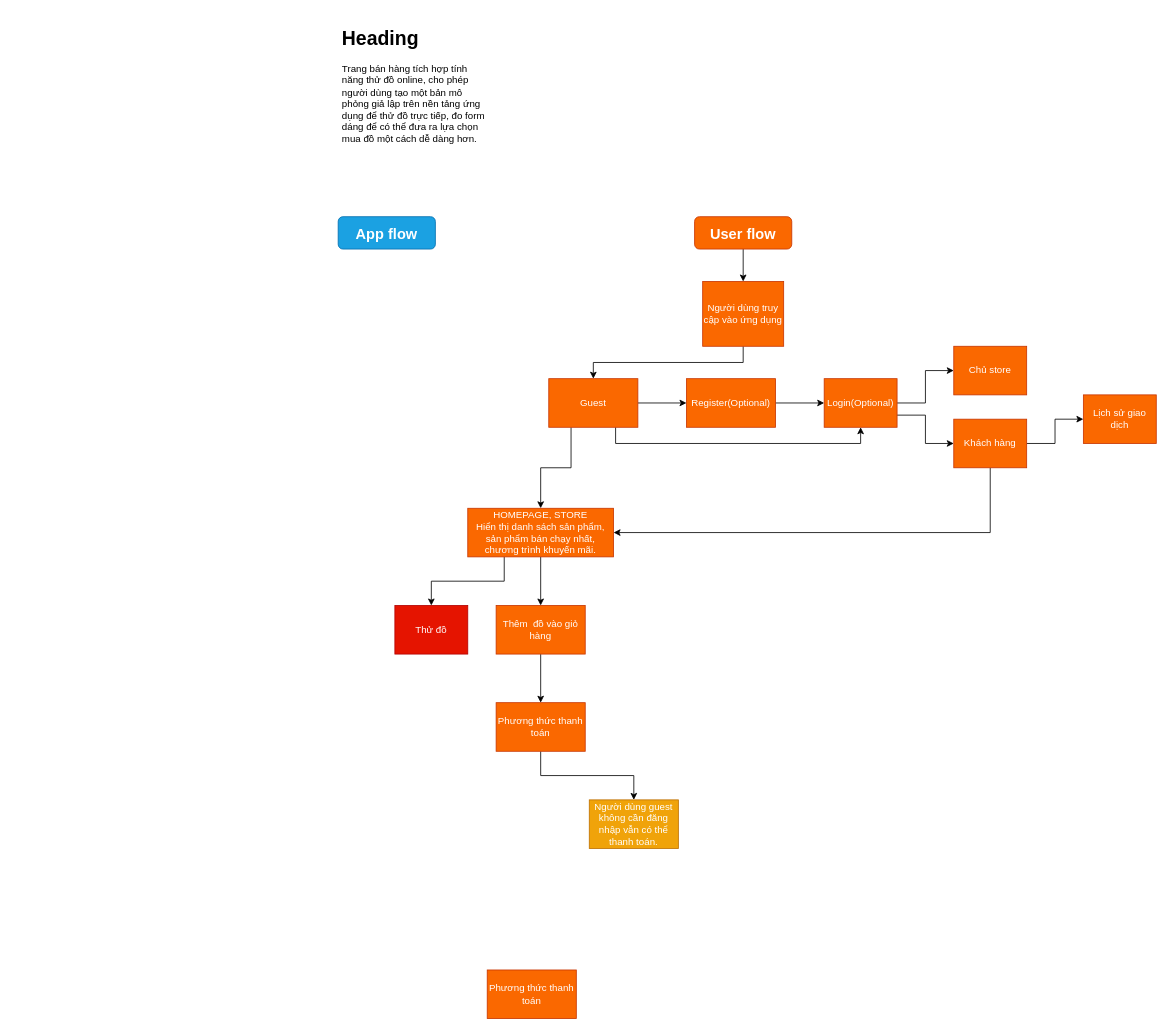
The draw.io diagram Untitled Diagram.drawio in bltt84/Practice, before the edit. Source tidied: cells renumbered, new cells numbered last; positions are measured from the earlier drawing's top-left corner, leaving out a move shared by most shapes. Both pictures are drawn from the tidied source at 81%, with x=0, y=0 at pixel (338, 22).
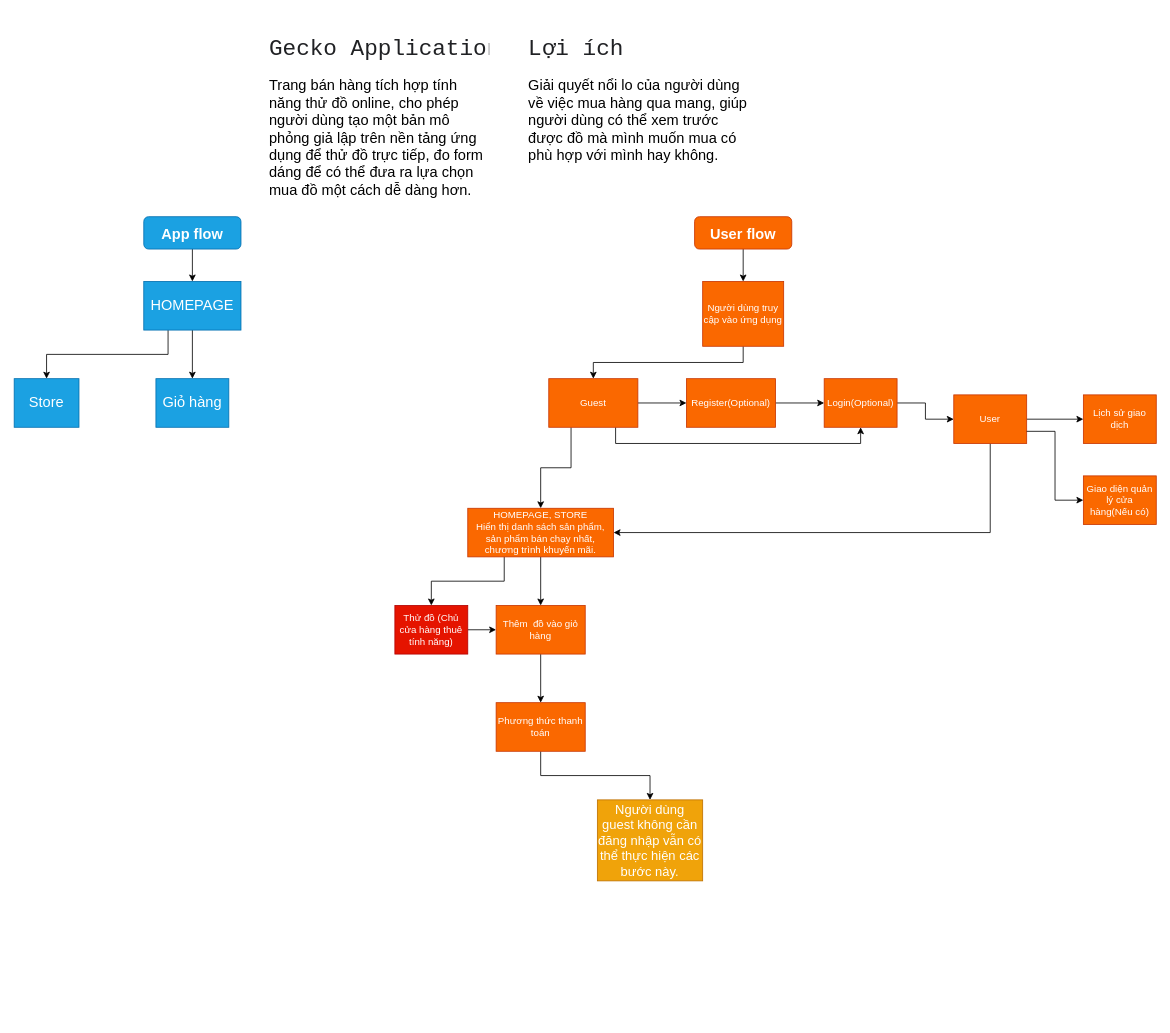
The same page after the edit.

The change refers to these unchanged cells:
```xml
<mxCell id="14" value="&lt;font color=&quot;#ffffff&quot;&gt;Login(Optional)&lt;/font&gt;" style="rounded=0;whiteSpace=wrap;html=1;fillColor=#fa6800;strokeColor=#C73500;fontColor=#000000;" parent="1" vertex="1">
  <mxGeometry x="600" y="440" width="90" height="60" as="geometry" />
</mxCell>
<mxCell id="27" value="&lt;font color=&quot;#ffffff&quot;&gt;Thêm&amp;nbsp; đồ vào giỏ hàng&lt;/font&gt;" style="rounded=0;whiteSpace=wrap;html=1;fillColor=#fa6800;strokeColor=#C73500;fontColor=#000000;" parent="1" vertex="1">
  <mxGeometry x="195" y="720" width="110" height="60" as="geometry" />
</mxCell>
```

The edit, as a diff of the source:
```diff
@@
+    <mxCell id="32" style="edgeStyle=orthogonalEdgeStyle;rounded=0;jettySize=auto;html=1;exitX=0.5;exitY=1;exitDx=0;exitDy=0;entryX=0.5;entryY=0;entryDx=0;entryDy=0;" parent="1" edge="1" source="2" target="38">
+      <mxGeometry relative="1" as="geometry" />
+    </mxCell>
     <mxCell id="2" value="&lt;h1&gt;&lt;font color=&quot;#ffffff&quot;&gt;&lt;span style=&quot;font-size: 18px&quot;&gt;App flow&lt;/span&gt;&lt;/font&gt;&lt;/h1&gt;" style="rounded=1;whiteSpace=wrap;html=1;fontSize=12;glass=0;strokeWidth=1;shadow=0;fillColor=#1ba1e2;strokeColor=#006EAF;fontColor=#ffffff;" parent="1" vertex="1">
-      <mxGeometry y="240" width="120" height="40" as="geometry" />
+      <mxGeometry x="-240" y="240" width="120" height="40" as="geometry" />
     </mxCell>
-    <mxCell id="3" value="&lt;h1&gt;Heading&lt;/h1&gt;&lt;p&gt;&lt;span style=&quot;text-align: center&quot;&gt;Trang bán hàng tích hợp tính năng thử đồ online, cho phép người dùng tạo một bản mô phỏng giả lập trên nền tảng ứng dụng để thử đồ trực tiếp, đo form dáng để có thể đưa ra lựa chọn mua đồ một cách dễ dàng hơn.&lt;/span&gt;&lt;br&gt;&lt;/p&gt;" style="text;html=1;strokeColor=none;fillColor=none;spacing=5;spacingTop=-20;whiteSpace=wrap;overflow=hidden;rounded=0;" parent="1" vertex="1">
-      <mxGeometry width="190" height="160" as="geometry" />
+    <mxCell id="3" value="&lt;h1&gt;&lt;pre class=&quot;tw-data-text tw-text-large XcVN5d tw-ta&quot; id=&quot;tw-target-text&quot; style=&quot;font-size: 28px ; line-height: 36px ; border: none ; padding: 2px 0.14em 2px 0px ; position: relative ; margin-top: -2px ; margin-bottom: -2px ; resize: none ; overflow: hidden ; width: 270.035px ; overflow-wrap: break-word ; color: rgb(32 , 33 , 36) ; font-weight: 400 ; font-family: &amp;#34;google sans&amp;#34; , &amp;#34;arial&amp;#34; , sans-serif &amp;#34;important&amp;#34;&quot;&gt;&lt;span class=&quot;Y2IQFc&quot; lang=&quot;en&quot;&gt;Gecko Application&lt;/span&gt;&lt;/pre&gt;&lt;/h1&gt;&lt;p&gt;&lt;span style=&quot;text-align: center&quot;&gt;&lt;font style=&quot;font-size: 18px&quot;&gt;Trang bán hàng tích hợp tính năng thử đồ online, cho phép người dùng tạo một bản mô phỏng giả lập trên nền tảng ứng dụng để thử đồ trực tiếp, đo form dáng để có thể đưa ra lựa chọn mua đồ một cách dễ dàng hơn.&lt;/font&gt;&lt;/span&gt;&lt;br&gt;&lt;/p&gt;" style="text;html=1;strokeColor=none;fillColor=none;spacing=5;spacingTop=-20;whiteSpace=wrap;overflow=hidden;rounded=0;" parent="1" vertex="1">
+      <mxGeometry x="-90" y="10" width="280" height="230" as="geometry" />
     </mxCell>
@@
-    <mxCell id="10" value="&lt;font color=&quot;#ffffff&quot;&gt;Khách hàng&lt;/font&gt;" style="rounded=0;whiteSpace=wrap;html=1;fillColor=#fa6800;strokeColor=#C73500;fontColor=#000000;" parent="1" vertex="1">
-      <mxGeometry x="760" y="490" width="90" height="60" as="geometry" />
+    <mxCell id="10" value="&lt;font color=&quot;#ffffff&quot;&gt;User&lt;/font&gt;" style="rounded=0;whiteSpace=wrap;html=1;fillColor=#fa6800;strokeColor=#C73500;fontColor=#000000;" parent="1" vertex="1">
+      <mxGeometry x="760" y="460" width="90" height="60" as="geometry" />
     </mxCell>
-    <mxCell id="11" value="&lt;font color=&quot;#ffffff&quot;&gt;Chủ store&lt;/font&gt;" style="rounded=0;whiteSpace=wrap;html=1;fillColor=#fa6800;strokeColor=#C73500;fontColor=#000000;" parent="1" vertex="1">
-      <mxGeometry x="760" y="400" width="90" height="60" as="geometry" />
-    </mxCell>
-    <mxCell id="12" style="edgeStyle=orthogonalEdgeStyle;rounded=0;jettySize=auto;html=1;exitX=1;exitY=0.5;exitDx=0;exitDy=0;" parent="1" edge="1" source="14" target="11">
-      <mxGeometry relative="1" as="geometry" />
-    </mxCell>
+    <mxCell id="33" style="edgeStyle=orthogonalEdgeStyle;rounded=0;jettySize=auto;html=1;entryX=0;entryY=0.5;entryDx=0;entryDy=0;exitX=1;exitY=0.75;exitDx=0;exitDy=0;" parent="1" edge="1" source="10" target="35">
+      <mxGeometry relative="1" as="geometry" />
+    </mxCell>
-    <mxCell id="13" style="edgeStyle=orthogonalEdgeStyle;rounded=0;jettySize=auto;html=1;exitX=1;exitY=0.75;exitDx=0;exitDy=0;" parent="1" edge="1" source="14" target="10">
+    <mxCell id="13" style="edgeStyle=orthogonalEdgeStyle;rounded=0;jettySize=auto;html=1;exitX=1;exitY=0.5;exitDx=0;exitDy=0;" parent="1" edge="1" source="14" target="10">
       <mxGeometry relative="1" as="geometry" />
     </mxCell>
@@
+    <mxCell id="34" style="edgeStyle=orthogonalEdgeStyle;rounded=0;jettySize=auto;html=1;exitX=1;exitY=0.5;exitDx=0;exitDy=0;entryX=0;entryY=0.5;entryDx=0;entryDy=0;" parent="1" edge="1" source="25" target="27">
+      <mxGeometry relative="1" as="geometry" />
+    </mxCell>
-    <mxCell id="25" value="&lt;font color=&quot;#ffffff&quot;&gt;Thử đồ&lt;/font&gt;" style="rounded=0;whiteSpace=wrap;html=1;fillColor=#e51400;strokeColor=#B20000;fontColor=#ffffff;" parent="1" vertex="1">
+    <mxCell id="25" value="&lt;font color=&quot;#ffffff&quot;&gt;Thử đồ (Chủ cửa hàng thuê tính năng)&lt;/font&gt;" style="rounded=0;whiteSpace=wrap;html=1;fillColor=#e51400;strokeColor=#B20000;fontColor=#ffffff;" parent="1" vertex="1">
       <mxGeometry x="70" y="720" width="90" height="60" as="geometry" />
     </mxCell>
@@
-    <mxCell id="30" value="&lt;font color=&quot;#ffffff&quot;&gt;Người dùng guest không cần đăng nhập vẫn có thể thanh toán.&lt;/font&gt;" style="rounded=0;whiteSpace=wrap;html=1;fillColor=#f0a30a;strokeColor=#BD7000;fontColor=#000000;" parent="1" vertex="1">
-      <mxGeometry x="310" y="960" width="110" height="60" as="geometry" />
+    <mxCell id="30" value="&lt;font color=&quot;#ffffff&quot; style=&quot;font-size: 16px&quot;&gt;Người dùng guest không cần đăng nhập vẫn có thể thực hiện các bước này.&lt;/font&gt;" style="rounded=0;whiteSpace=wrap;html=1;fillColor=#f0a30a;strokeColor=#BD7000;fontColor=#000000;" parent="1" vertex="1">
+      <mxGeometry x="320" y="960" width="130" height="100" as="geometry" />
     </mxCell>
-    <mxCell id="31" value="&lt;font color=&quot;#ffffff&quot;&gt;Phương thức thanh toán&lt;/font&gt;" style="rounded=0;whiteSpace=wrap;html=1;fillColor=#fa6800;strokeColor=#C73500;fontColor=#000000;" parent="1" vertex="1">
-      <mxGeometry x="184" y="1170" width="110" height="60" as="geometry" />
-    </mxCell>
+    <mxCell id="35" value="&lt;font color=&quot;#ffffff&quot;&gt;Giao diện quản lý cửa hàng(Nếu có)&lt;/font&gt;" style="rounded=0;whiteSpace=wrap;html=1;fillColor=#fa6800;strokeColor=#C73500;fontColor=#000000;" parent="1" vertex="1">
+      <mxGeometry x="920" y="560" width="90" height="60" as="geometry" />
+    </mxCell>
+    <mxCell id="36" style="edgeStyle=orthogonalEdgeStyle;rounded=0;jettySize=auto;html=1;exitX=0.25;exitY=1;exitDx=0;exitDy=0;entryX=0.5;entryY=0;entryDx=0;entryDy=0;" parent="1" edge="1" source="38" target="39">
+      <mxGeometry relative="1" as="geometry" />
+    </mxCell>
+    <mxCell id="37" style="edgeStyle=orthogonalEdgeStyle;rounded=0;jettySize=auto;html=1;exitX=0.5;exitY=1;exitDx=0;exitDy=0;" parent="1" edge="1" source="38" target="40">
+      <mxGeometry relative="1" as="geometry" />
+    </mxCell>
+    <mxCell id="38" value="&lt;font color=&quot;#ffffff&quot; style=&quot;font-size: 18px&quot;&gt;HOMEPAGE&lt;/font&gt;" style="rounded=0;whiteSpace=wrap;html=1;fillColor=#1ba1e2;strokeColor=#006EAF;fontColor=#ffffff;" parent="1" vertex="1">
+      <mxGeometry x="-240" y="320" width="120" height="60" as="geometry" />
+    </mxCell>
+    <mxCell id="39" value="&lt;font color=&quot;#ffffff&quot; style=&quot;font-size: 18px&quot;&gt;Store&lt;/font&gt;" style="rounded=0;whiteSpace=wrap;html=1;fillColor=#1ba1e2;strokeColor=#006EAF;fontColor=#ffffff;" parent="1" vertex="1">
+      <mxGeometry x="-400" y="440" width="80" height="60" as="geometry" />
+    </mxCell>
+    <mxCell id="40" value="&lt;font color=&quot;#ffffff&quot; style=&quot;font-size: 18px&quot;&gt;Giỏ hàng&lt;/font&gt;" style="rounded=0;whiteSpace=wrap;html=1;fillColor=#1ba1e2;strokeColor=#006EAF;fontColor=#ffffff;" parent="1" vertex="1">
+      <mxGeometry x="-225" y="440" width="90" height="60" as="geometry" />
+    </mxCell>
+    <mxCell id="41" value="&lt;h1&gt;&lt;pre class=&quot;tw-data-text tw-text-large XcVN5d tw-ta&quot; id=&quot;tw-target-text&quot; style=&quot;font-size: 28px ; line-height: 36px ; border: none ; padding: 2px 0.14em 2px 0px ; position: relative ; margin-top: -2px ; margin-bottom: -2px ; resize: none ; overflow: hidden ; width: 270.035px ; overflow-wrap: break-word ; color: rgb(32 , 33 , 36) ; font-weight: 400 ; font-family: &amp;#34;google sans&amp;#34; , &amp;#34;arial&amp;#34; , sans-serif &amp;#34;important&amp;#34;&quot;&gt;Lợi ích&lt;/pre&gt;&lt;/h1&gt;&lt;p&gt;&lt;span style=&quot;text-align: center&quot;&gt;&lt;font style=&quot;font-size: 18px&quot;&gt;Giải quyết nổi lo của người dùng về việc mua hàng qua mang, giúp người dùng có thể xem trước được đồ mà mình muốn mua có phù hợp với mình hay không.&lt;/font&gt;&lt;/span&gt;&lt;br&gt;&lt;/p&gt;" style="text;html=1;strokeColor=none;fillColor=none;spacing=5;spacingTop=-20;whiteSpace=wrap;overflow=hidden;rounded=0;" parent="1" vertex="1">
+      <mxGeometry x="230" y="10" width="280" height="230" as="geometry" />
+    </mxCell>
```
